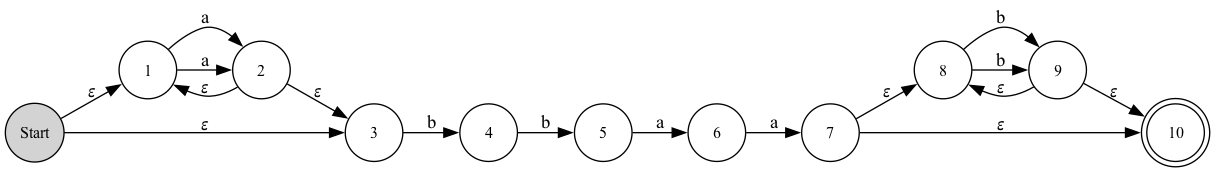
Above: pngs/dfn_graph.png in estebandonis/Proyecto1-TeoriaDeLaComputacion (Graphviz), before the change. Its source is kept beside it as pngs/dfn_graph.dot.
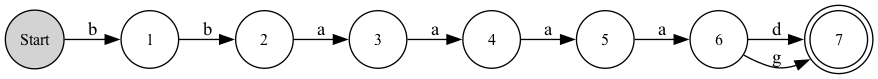
The same file after the commit.

The edit, as a diff of the source:
```diff
@@ -1,101 +1,65 @@
 digraph G {
-	graph [bb="0,0,350.29,506.64",
+	graph [bb="0,0,321.65,464.17",
 		rankdir=LR
 	];
 	node [label="\N"];
 	Start	[fontsize=12,
 		height=0.61168,
-		pos="108.2,463",
+		pos="22.02,442.15",
 		shape=circle,
 		style=filled,
 		width=0.61168];
 	1	[fontsize=12,
 		height=0.6,
-		pos="31.719,485.04",
+		pos="77.275,395.53",
 		width=0.6];
-	Start -> 1	[label=𝜀,
-		lp="72.769,479.96",
-		pos="e,52.91,478.94 86.897,469.14 79.77,471.2 71.659,473.53 63.891,475.77"];
+	Start -> 1	[label=b,
+		lp="48.984,430.5",
+		pos="e,60.673,409.54 39.2,427.65 43.263,424.23 47.68,420.5 52.018,416.84"];
+	2	[fontsize=12,
+		height=0.6,
+		pos="124,340.38",
+		width=0.6];
+	1 -> 2	[label=b,
+		lp="93.617,364.01",
+		pos="e,109.81,357.13 91.547,378.69 94.989,374.62 98.743,370.19 102.44,365.83"];
 	3	[fontsize=12,
 		height=0.6,
-		pos="98.236,383.87",
+		pos="170.78,285.2",
 		width=0.6];
-	Start -> 3	[label=𝜀,
-		lp="101.3,421.56",
-		pos="e,101,405.8 105.43,440.96 104.5,433.59 103.44,425.2 102.43,417.16"];
-	2	[fontsize=12,
-		height=0.6,
-		pos="21.6,406.24",
-		width=0.6];
-	1 -> 2	[label=a,
-		lp="36.647,441.48",
-		pos="e,35.511,423.21 40.879,465.29 41.516,455.87 40.56,444.45 38.415,434.17"];
-	1 -> 2	[label=a,
-		lp="12.126,444.63",
-		pos="e,12.428,426.17 17.865,468.24 14.87,459.29 12.909,448 12.386,437.51"];
-	2 -> 1	[label=𝜀,
-		lp="23.3,447.42",
-		pos="e,28.922,463.26 24.365,427.77 25.328,435.27 26.431,443.86 27.485,452.07"];
-	2 -> 3	[label=𝜀,
-		lp="51.729,404.18",
-		pos="e,77.054,390.06 42.541,400.13 49.831,398 58.185,395.56 66.167,393.23"];
+	2 -> 3	[label=a,
+		lp="140.74,308.85",
+		pos="e,156.57,301.95 138.29,323.53 141.73,319.46 145.49,315.03 149.19,310.66"];
 	4	[fontsize=12,
 		height=0.6,
-		pos="141.74,321.92",
+		pos="209.11,223.76",
 		width=0.6];
-	3 -> 4	[label=b,
-		lp="113.41,349.2",
-		pos="e,129.33,339.59 110.82,365.95 114.55,360.64 118.72,354.71 122.76,348.95"];
+	3 -> 4	[label=a,
+		lp="183.97,250.99",
+		pos="e,197.62,242.18 182.28,266.76 185.23,262.02 188.48,256.82 191.66,251.71"];
 	5	[fontsize=12,
 		height=0.6,
-		pos="178.9,258.46",
+		pos="238.4,157.57",
 		width=0.6];
-	4 -> 5	[label=b,
-		lp="154.06,286.86",
-		pos="e,167.76,277.48 152.89,302.88 155.75,297.98 158.9,292.61 161.99,287.34"];
+	4 -> 5	[label=a,
+		lp="218.48,187.55",
+		pos="e,229.62,177.42 217.9,203.9 220.15,198.8 222.64,193.19 225.07,187.69"];
 	6	[fontsize=12,
 		height=0.6,
-		pos="212.82,193.19",
+		pos="262.1,89.259",
 		width=0.6];
 	5 -> 6	[label=a,
-		lp="190.23,222.63",
-		pos="e,202.65,212.76 189.08,238.87 191.69,233.84 194.57,228.31 197.38,222.89"];
+		lp="245.4,120.49",
+		pos="e,254.91,110 245.64,136.71 247.38,131.67 249.29,126.18 251.16,120.78"];
 	7	[fontsize=12,
-		height=0.6,
-		pos="249.88,127.24",
-		width=0.6];
-	6 -> 7	[label=a,
-		lp="225.53,156.97",
-		pos="e,239.06,146.5 223.54,174.12 226.66,168.56 230.15,162.36 233.53,156.33"];
-	8	[fontsize=12,
-		height=0.6,
-		pos="234.37,48.921",
-		width=0.6];
-	7 -> 8	[label=𝜀,
-		lp="240.63,86.268",
-		pos="e,238.66,70.569 245.64,105.84 244.17,98.391 242.48,89.853 240.86,81.695"];
-	10	[fontsize=12,
 		height=0.71111,
-		pos="324.69,99.595",
+		pos="296.05,25.6",
 		shape=doublecircle,
 		width=0.71111];
-	7 -> 10	[label=𝜀,
-		lp="277.51,123.56",
-		pos="e,300.29,108.61 270.32,119.69 276.4,117.44 283.23,114.92 289.95,112.43"];
-	9	[fontsize=12,
-		height=0.6,
-		pos="309.03,21.6",
-		width=0.6];
-	8 -> 9	[label=b,
-		lp="267.31,57.034",
-		pos="e,295.79,38.779 255.67,53.479 265.07,52.004 276.09,48.503 285.7,44.09"];
-	8 -> 9	[label=b,
-		lp="258.71,33.864",
-		pos="e,287.55,17.07 247.7,31.689 255.77,26.786 266.36,22.373 276.48,19.539"];
-	9 -> 8	[label=𝜀,
-		lp="274.49,40.777",
-		pos="e,255,41.369 288.63,29.066 281.53,31.664 273.39,34.643 265.61,37.488"];
-	9 -> 10	[label=𝜀,
-		lp="312.69,60.393",
-		pos="e,319.58,74.151 313.31,42.913 314.55,49.096 315.95,56.032 317.32,62.874"];
+	6 -> 7	[label=d,
+		lp="284.54,59.022",
+		pos="e,289.92,50.85 277.38,73.757 279.93,69.771 282.51,65.324 284.94,60.786"];
+	6 -> 7	[label=g,
+		lp="266.37,52.934",
+		pos="e,278.5,44.762 266.47,67.935 268.36,63.6 270.61,58.976 273.03,54.433"];
 }
```
